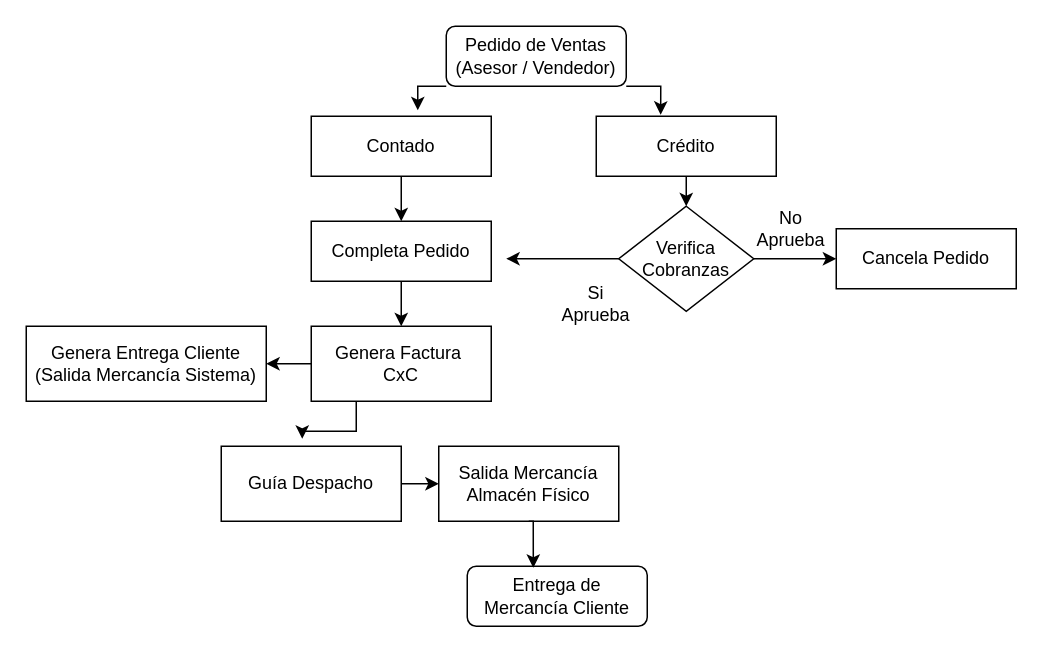
Above: Diagrama sin título.drawio in oscarinak/draw.io (draw.io), before the change. Source tidied: cells renumbered, new cells numbered last; positions are measured from the earlier drawing's top-left corner, leaving out a move shared by most shapes. Both pictures are drawn from the tidied source at 150%, with x=0, y=0 at pixel (26, 26).
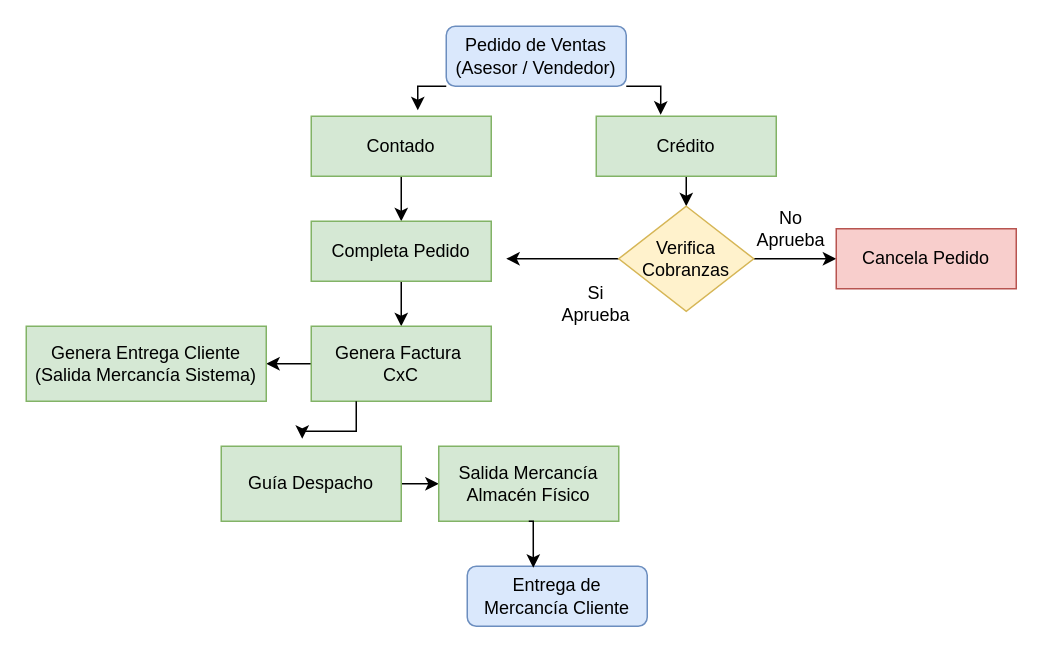
The same page after the edit.

Change to the diagram source:
```diff
@@
-    <mxCell id="2" value="Pedido de Ventas&lt;div&gt;(Asesor / Vendedor)&lt;/div&gt;" style="rounded=1;whiteSpace=wrap;html=1;fontSize=12;glass=0;strokeWidth=1;shadow=0;" parent="1" vertex="1">
+    <mxCell id="2" value="Pedido de Ventas&lt;div&gt;(Asesor / Vendedor)&lt;/div&gt;" style="rounded=1;whiteSpace=wrap;html=1;fontSize=12;glass=0;strokeWidth=1;shadow=0;fillColor=#dae8fc;strokeColor=#6c8ebf;" parent="1" vertex="1">
       <mxGeometry x="280" width="120" height="40" as="geometry" />
     </mxCell>
@@
-    <mxCell id="4" value="Crédito" style="rounded=0;whiteSpace=wrap;html=1;" parent="1" vertex="1">
+    <mxCell id="4" value="Crédito" style="rounded=0;whiteSpace=wrap;html=1;fillColor=#d5e8d4;strokeColor=#82b366;" parent="1" vertex="1">
       <mxGeometry x="380" y="60" width="120" height="40" as="geometry" />
     </mxCell>
@@
-    <mxCell id="6" value="Contado" style="rounded=0;whiteSpace=wrap;html=1;" parent="1" vertex="1">
+    <mxCell id="6" value="Contado" style="rounded=0;whiteSpace=wrap;html=1;fillColor=#d5e8d4;strokeColor=#82b366;" parent="1" vertex="1">
       <mxGeometry x="190" y="60" width="120" height="40" as="geometry" />
     </mxCell>
@@
-    <mxCell id="9" value="Verifica Cobranzas" style="rhombus;whiteSpace=wrap;html=1;" parent="1" vertex="1">
+    <mxCell id="9" value="Verifica Cobranzas" style="rhombus;whiteSpace=wrap;html=1;fillColor=#fff2cc;strokeColor=#d6b656;" parent="1" vertex="1">
       <mxGeometry x="395" y="120" width="90" height="70" as="geometry" />
     </mxCell>
@@
-    <mxCell id="14" value="Cancela Pedido" style="rounded=0;whiteSpace=wrap;html=1;" parent="1" vertex="1">
+    <mxCell id="14" value="Cancela Pedido" style="rounded=0;whiteSpace=wrap;html=1;fillColor=#f8cecc;strokeColor=#b85450;" parent="1" vertex="1">
       <mxGeometry x="540" y="135" width="120" height="40" as="geometry" />
     </mxCell>
@@
-    <mxCell id="16" value="Completa Pedido" style="rounded=0;whiteSpace=wrap;html=1;" parent="1" vertex="1">
+    <mxCell id="16" value="Completa Pedido" style="rounded=0;whiteSpace=wrap;html=1;fillColor=#d5e8d4;strokeColor=#82b366;" parent="1" vertex="1">
       <mxGeometry x="190" y="130" width="120" height="40" as="geometry" />
     </mxCell>
@@
-    <mxCell id="18" value="Genera Factura&amp;nbsp;&lt;div&gt;CxC&lt;/div&gt;" style="rounded=0;whiteSpace=wrap;html=1;" parent="1" vertex="1">
+    <mxCell id="18" value="Genera Factura&amp;nbsp;&lt;div&gt;CxC&lt;/div&gt;" style="rounded=0;whiteSpace=wrap;html=1;fillColor=#d5e8d4;strokeColor=#82b366;" parent="1" vertex="1">
       <mxGeometry x="190" y="200" width="120" height="50" as="geometry" />
     </mxCell>
-    <mxCell id="19" value="Genera Entrega Cliente&lt;div&gt;(Salida Mercancía Sistema)&lt;/div&gt;" style="rounded=0;whiteSpace=wrap;html=1;" parent="1" vertex="1">
+    <mxCell id="19" value="Genera Entrega Cliente&lt;div&gt;(Salida Mercancía Sistema)&lt;/div&gt;" style="rounded=0;whiteSpace=wrap;html=1;fillColor=#d5e8d4;strokeColor=#82b366;" parent="1" vertex="1">
       <mxGeometry y="200" width="160" height="50" as="geometry" />
     </mxCell>
@@
-    <mxCell id="21" value="Guía Despacho" style="rounded=0;whiteSpace=wrap;html=1;" parent="1" vertex="1">
+    <mxCell id="21" value="Guía Despacho" style="rounded=0;whiteSpace=wrap;html=1;fillColor=#d5e8d4;strokeColor=#82b366;" parent="1" vertex="1">
       <mxGeometry x="130" y="280" width="120" height="50" as="geometry" />
     </mxCell>
-    <mxCell id="22" value="Salida Mercancía Almacén Físico" style="rounded=0;whiteSpace=wrap;html=1;" parent="1" vertex="1">
+    <mxCell id="22" value="Salida Mercancía Almacén Físico" style="rounded=0;whiteSpace=wrap;html=1;fillColor=#d5e8d4;strokeColor=#82b366;" parent="1" vertex="1">
       <mxGeometry x="275" y="280" width="120" height="50" as="geometry" />
     </mxCell>
-    <mxCell id="23" value="Entrega de Mercancía Cliente" style="rounded=1;whiteSpace=wrap;html=1;fontSize=12;glass=0;strokeWidth=1;shadow=0;" parent="1" vertex="1">
+    <mxCell id="23" value="Entrega de Mercancía Cliente" style="rounded=1;whiteSpace=wrap;html=1;fontSize=12;glass=0;strokeWidth=1;shadow=0;fillColor=#dae8fc;strokeColor=#6c8ebf;" parent="1" vertex="1">
       <mxGeometry x="294" y="360" width="120" height="40" as="geometry" />
     </mxCell>
```
